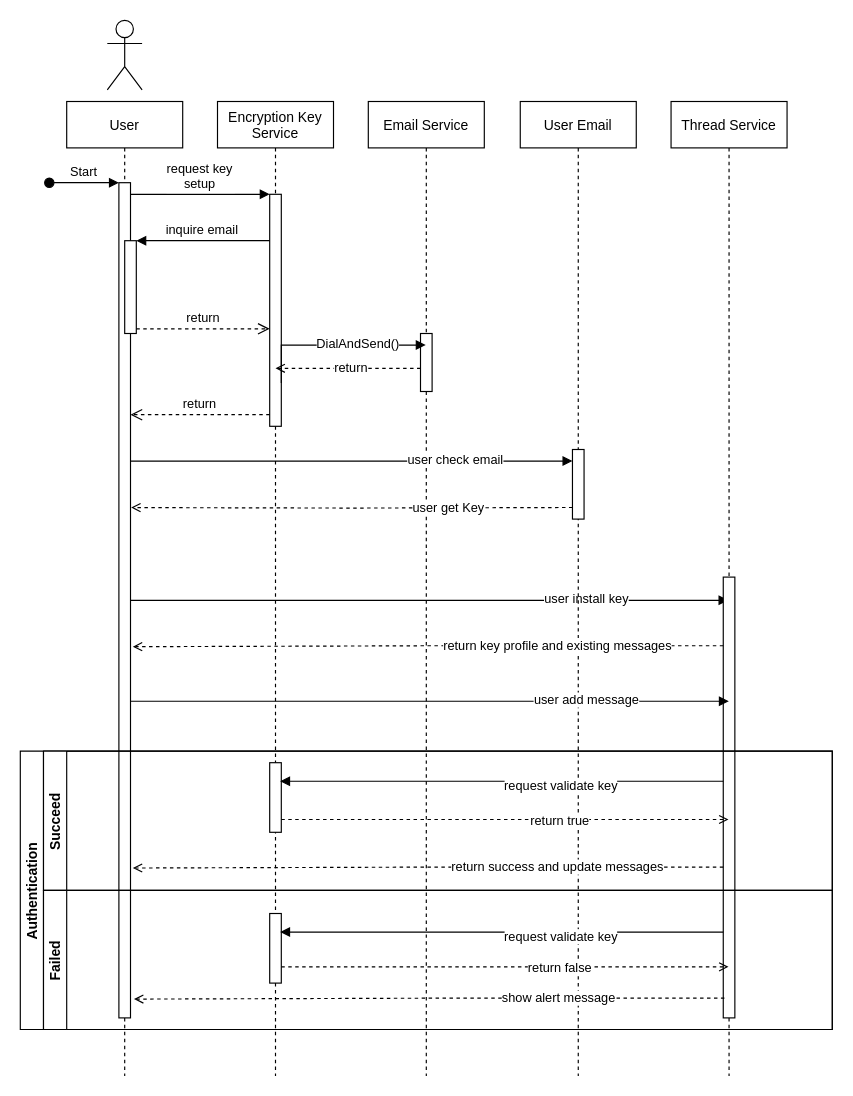
YIFENGSCOTT/gin-vue-admin keeps this draw.io diagram as Untitled Diagram.drawio. Above is the earlier version. Source tidied: cells renumbered, new cells numbered last; positions are measured from the earlier drawing's top-left corner, leaving out a move shared by most shapes. Both pictures are drawn from the tidied source at 116%, with x=0, y=0 at pixel (20, 20).
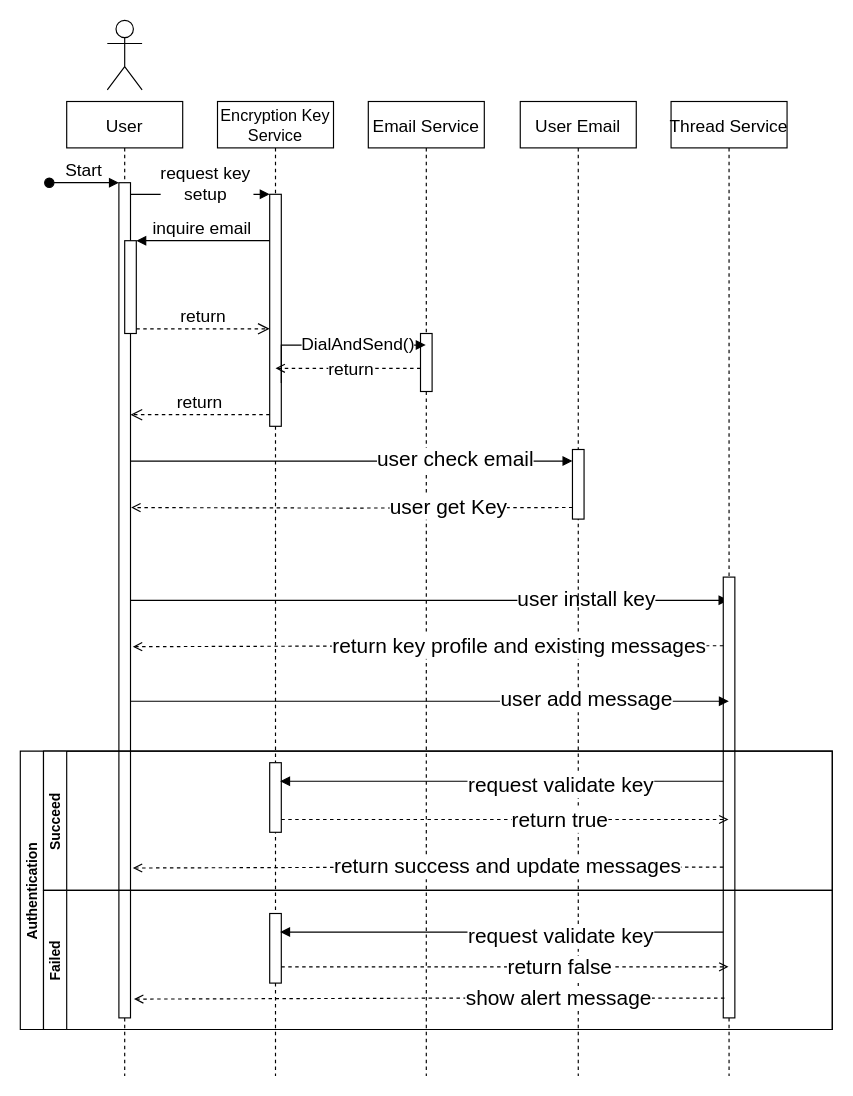
Above is the later version.

The change refers to these unchanged cells:
```xml
<mxCell id="3" style="points=[];perimeter=orthogonalPerimeter;rounded=0;shadow=0;strokeWidth=1;" parent="2" vertex="1">
  <mxGeometry x="45" y="70" width="10" height="720" as="geometry" />
</mxCell>
<mxCell id="5" style="points=[];perimeter=orthogonalPerimeter;rounded=0;shadow=0;strokeWidth=1;" parent="2" vertex="1">
  <mxGeometry x="50" y="120" width="10" height="80" as="geometry" />
</mxCell>
<mxCell id="7" style="points=[];perimeter=orthogonalPerimeter;rounded=0;shadow=0;strokeWidth=1;" parent="6" vertex="1">
  <mxGeometry x="45" y="80" width="10" height="200" as="geometry" />
</mxCell>
<mxCell id="8" style="edgeStyle=orthogonalEdgeStyle;rounded=0;jettySize=auto;html=1;endArrow=block;endFill=1;" parent="6" edge="1" target="21">
  <mxGeometry relative="1" as="geometry">
    <mxPoint x="-75" y="430" as="sourcePoint" />
    <Array as="points">
      <mxPoint x="400" y="430" />
      <mxPoint x="400" y="430" />
    </Array>
  </mxGeometry>
</mxCell>
<mxCell id="17" style="points=[];perimeter=orthogonalPerimeter;rounded=0;shadow=0;strokeWidth=1;" parent="16" vertex="1">
  <mxGeometry x="45" y="200" width="10" height="50" as="geometry" />
</mxCell>
<mxCell id="25" style="edgeStyle=orthogonalEdgeStyle;rounded=0;jettySize=auto;html=1;exitX=1;exitY=0.813;exitDx=0;exitDy=0;exitPerimeter=0;endArrow=block;endFill=1;" parent="1" edge="1" source="7" target="16">
  <mxGeometry relative="1" as="geometry">
    <Array as="points">
      <mxPoint x="310" y="280" />
      <mxPoint x="310" y="280" />
    </Array>
  </mxGeometry>
</mxCell>
<mxCell id="28" style="edgeStyle=orthogonalEdgeStyle;rounded=0;jettySize=auto;html=1;endArrow=block;endFill=1;" parent="1" edge="1" source="3" target="19">
  <mxGeometry relative="1" as="geometry">
    <Array as="points">
      <mxPoint x="270" y="380" />
      <mxPoint x="270" y="380" />
    </Array>
  </mxGeometry>
</mxCell>
<mxCell id="30" style="edgeStyle=orthogonalEdgeStyle;rounded=0;orthogonalLoop=1;jettySize=auto;html=1;endArrow=block;endFill=1;" parent="1" edge="1">
  <mxGeometry relative="1" as="geometry">
    <mxPoint x="95.2" y="587" as="sourcePoint" />
    <mxPoint x="610.8" y="587" as="targetPoint" />
    <Array as="points">
      <mxPoint x="570.2" y="587" />
      <mxPoint x="570.2" y="587" />
    </Array>
  </mxGeometry>
</mxCell>
<mxCell id="32" style="edgeStyle=orthogonalEdgeStyle;rounded=0;jettySize=auto;html=1;entryX=0.9;entryY=0.267;entryDx=0;entryDy=0;entryPerimeter=0;endArrow=block;endFill=1;" parent="1" edge="1" source="22" target="10">
  <mxGeometry relative="1" as="geometry">
    <Array as="points">
      <mxPoint x="550" y="656" />
      <mxPoint x="550" y="656" />
    </Array>
  </mxGeometry>
</mxCell>
<mxCell id="34" style="edgeStyle=orthogonalEdgeStyle;rounded=0;jettySize=auto;html=1;endArrow=open;endFill=0;dashed=1;" parent="1" edge="1" target="21">
  <mxGeometry relative="1" as="geometry">
    <mxPoint x="225" y="689" as="sourcePoint" />
    <Array as="points">
      <mxPoint x="530" y="689" />
      <mxPoint x="530" y="689" />
    </Array>
  </mxGeometry>
</mxCell>
<mxCell id="38" value="Failed" style="swimlane;startSize=20;horizontal=0;" parent="36" vertex="1">
  <mxGeometry x="20" y="120" width="680" height="120" as="geometry" />
</mxCell>
<mxCell id="40" style="edgeStyle=orthogonalEdgeStyle;rounded=0;orthogonalLoop=1;jettySize=auto;html=1;entryX=0.9;entryY=0.267;entryDx=0;entryDy=0;entryPerimeter=0;endArrow=block;endFill=1;" parent="38" edge="1">
  <mxGeometry relative="1" as="geometry">
    <mxPoint x="586" y="36" as="sourcePoint" />
    <mxPoint x="204" y="36" as="targetPoint" />
    <Array as="points">
      <mxPoint x="530" y="36" />
      <mxPoint x="530" y="36" />
    </Array>
  </mxGeometry>
</mxCell>
<mxCell id="42" style="edgeStyle=orthogonalEdgeStyle;rounded=0;orthogonalLoop=1;jettySize=auto;html=1;endArrow=open;endFill=0;dashed=1;" parent="38" edge="1">
  <mxGeometry relative="1" as="geometry">
    <mxPoint x="205" y="66" as="sourcePoint" />
    <mxPoint x="590.5" y="66" as="targetPoint" />
    <Array as="points">
      <mxPoint x="510" y="66" />
      <mxPoint x="510" y="66" />
    </Array>
  </mxGeometry>
</mxCell>
```

Change to the diagram source:
```diff
@@
-    <mxCell id="2" value="User" style="shape=umlLifeline;perimeter=lifelinePerimeter;rounded=0;shadow=0;strokeWidth=1;" parent="1" vertex="1">
+    <mxCell id="2" value="User" style="shape=umlLifeline;perimeter=lifelinePerimeter;rounded=0;shadow=0;strokeWidth=1;fontSize=15;" parent="1" vertex="1">
       <mxGeometry x="40" y="70" width="100" height="840" as="geometry" />
     </mxCell>
@@
-    <mxCell id="4" value="Start" style="verticalAlign=bottom;startArrow=oval;endArrow=block;startSize=8;shadow=0;strokeWidth=1;" parent="2" edge="1" target="3">
+    <mxCell id="4" value="Start" style="verticalAlign=bottom;startArrow=oval;endArrow=block;startSize=8;shadow=0;strokeWidth=1;fontSize=15;" parent="2" edge="1" target="3">
       <mxGeometry relative="1" as="geometry">
         <mxPoint x="-15" y="70" as="sourcePoint" />
       </mxGeometry>
     </mxCell>
@@
-    <mxCell id="6" value="Encryption Key &#10;Service" style="shape=umlLifeline;perimeter=lifelinePerimeter;rounded=0;shadow=0;strokeWidth=1;" parent="1" vertex="1">
+    <mxCell id="6" value="Encryption Key &#10;Service" style="shape=umlLifeline;perimeter=lifelinePerimeter;rounded=0;shadow=0;strokeWidth=1;fontSize=14;" parent="1" vertex="1">
       <mxGeometry x="170" y="70" width="100" height="840" as="geometry" />
     </mxCell>
@@
-    <mxCell id="9" value="user install key" style="edgeLabel;html=1;align=center;verticalAlign=middle;" parent="8" vertex="1">
+    <mxCell id="9" value="user install key" style="edgeLabel;html=1;align=center;verticalAlign=middle;fontSize=18;" parent="8" vertex="1">
       <mxGeometry x="0.68" y="2" relative="1" as="geometry">
         <mxPoint x="-41" as="offset" />
       </mxGeometry>
     </mxCell>
@@
-    <mxCell id="11" value="return" style="verticalAlign=bottom;endArrow=open;dashed=1;endSize=8;exitX=0;exitY=0.95;shadow=0;strokeWidth=1;" parent="1" edge="1" source="7" target="3">
+    <mxCell id="11" value="return" style="verticalAlign=bottom;endArrow=open;dashed=1;endSize=8;exitX=0;exitY=0.95;shadow=0;strokeWidth=1;fontSize=15;" parent="1" edge="1" source="7" target="3">
       <mxGeometry relative="1" as="geometry" />
     </mxCell>
-    <mxCell id="12" value="request key&#10;setup" style="verticalAlign=bottom;endArrow=block;entryX=0;entryY=0;shadow=0;strokeWidth=1;" parent="1" edge="1" source="3" target="7">
-      <mxGeometry relative="1" as="geometry" />
+    <mxCell id="12" value="request key&#10;setup" style="verticalAlign=bottom;endArrow=block;entryX=0;entryY=0;shadow=0;strokeWidth=1;fontSize=15;" parent="1" edge="1" source="3" target="7">
+      <mxGeometry x="0.08" y="-10" relative="1" as="geometry" />
     </mxCell>
-    <mxCell id="13" value="inquire email" style="verticalAlign=bottom;endArrow=block;entryX=1;entryY=0;shadow=0;strokeWidth=1;" parent="1" edge="1" source="7" target="5">
+    <mxCell id="13" value="inquire email" style="verticalAlign=bottom;endArrow=block;entryX=1;entryY=0;shadow=0;strokeWidth=1;fontSize=15;" parent="1" edge="1" source="7" target="5">
       <mxGeometry relative="1" as="geometry" />
     </mxCell>
-    <mxCell id="14" value="return" style="verticalAlign=bottom;endArrow=open;dashed=1;endSize=8;exitX=1;exitY=0.95;shadow=0;strokeWidth=1;" parent="1" edge="1" source="5" target="7">
+    <mxCell id="14" value="return" style="verticalAlign=bottom;endArrow=open;dashed=1;endSize=8;exitX=1;exitY=0.95;shadow=0;strokeWidth=1;fontSize=15;" parent="1" edge="1" source="5" target="7">
       <mxGeometry relative="1" as="geometry" />
     </mxCell>
@@
-    <mxCell id="16" value="Email Service" style="shape=umlLifeline;perimeter=lifelinePerimeter;rounded=0;shadow=0;strokeWidth=1;" parent="1" vertex="1">
+    <mxCell id="16" value="Email Service" style="shape=umlLifeline;perimeter=lifelinePerimeter;rounded=0;shadow=0;strokeWidth=1;fontSize=15;" parent="1" vertex="1">
       <mxGeometry x="300" y="70" width="100" height="840" as="geometry" />
     </mxCell>
@@
-    <mxCell id="18" value="User Email" style="shape=umlLifeline;perimeter=lifelinePerimeter;rounded=0;shadow=0;strokeWidth=1;" parent="1" vertex="1">
+    <mxCell id="18" value="User Email" style="shape=umlLifeline;perimeter=lifelinePerimeter;rounded=0;shadow=0;strokeWidth=1;fontSize=15;" parent="1" vertex="1">
       <mxGeometry x="431" y="70" width="100" height="840" as="geometry" />
     </mxCell>
@@
-    <mxCell id="20" value="user get Key" style="edgeStyle=orthogonalEdgeStyle;rounded=0;jettySize=auto;html=1;dashed=1;endArrow=open;endFill=0;entryX=1.058;entryY=0.389;entryDx=0;entryDy=0;entryPerimeter=0;" parent="18" edge="1" target="3">
+    <mxCell id="20" value="&lt;font style=&quot;font-size: 18px;&quot;&gt;user get Key&lt;/font&gt;" style="edgeStyle=orthogonalEdgeStyle;rounded=0;jettySize=auto;html=1;dashed=1;endArrow=open;endFill=0;entryX=1.058;entryY=0.389;entryDx=0;entryDy=0;entryPerimeter=0;" parent="18" edge="1" target="3">
       <mxGeometry x="-0.44" relative="1" as="geometry">
         <mxPoint x="45" y="350" as="sourcePoint" />
       </mxGeometry>
     </mxCell>
-    <mxCell id="21" value="Thread Service" style="shape=umlLifeline;perimeter=lifelinePerimeter;rounded=0;shadow=0;strokeWidth=1;" parent="1" vertex="1">
+    <mxCell id="21" value="Thread Service" style="shape=umlLifeline;perimeter=lifelinePerimeter;rounded=0;shadow=0;strokeWidth=1;fontSize=15;" parent="1" vertex="1">
       <mxGeometry x="561" y="70" width="100" height="840" as="geometry" />
     </mxCell>
@@
-    <mxCell id="23" value="return key profile and existing messages" style="edgeStyle=orthogonalEdgeStyle;rounded=0;orthogonalLoop=1;jettySize=auto;html=1;dashed=1;endArrow=open;endFill=0;" parent="21" edge="1">
-      <mxGeometry x="-0.44" relative="1" as="geometry">
+    <mxCell id="23" value="&lt;font style=&quot;font-size: 18px;&quot;&gt;return key profile and existing messages&lt;/font&gt;" style="edgeStyle=orthogonalEdgeStyle;rounded=0;orthogonalLoop=1;jettySize=auto;html=1;dashed=1;endArrow=open;endFill=0;" parent="21" edge="1">
+      <mxGeometry x="-0.31" y="1" relative="1" as="geometry">
         <mxPoint x="45" y="469.2" as="sourcePoint" />
         <mxPoint x="-464" y="470" as="targetPoint" />
         <Array as="points">
           <mxPoint x="-210" y="469" />
           <mxPoint x="-464" y="470" />
         </Array>
       </mxGeometry>
     </mxCell>
-    <mxCell id="24" value="return success and update messages" style="edgeStyle=orthogonalEdgeStyle;rounded=0;orthogonalLoop=1;jettySize=auto;html=1;dashed=1;endArrow=open;endFill=0;" parent="21" edge="1">
-      <mxGeometry x="-0.44" relative="1" as="geometry">
+    <mxCell id="24" value="&lt;font style=&quot;font-size: 18px;&quot;&gt;return success and update messages&lt;/font&gt;" style="edgeStyle=orthogonalEdgeStyle;rounded=0;orthogonalLoop=1;jettySize=auto;html=1;dashed=1;endArrow=open;endFill=0;" parent="21" edge="1">
+      <mxGeometry x="-0.27" relative="1" as="geometry">
         <mxPoint x="45" y="660" as="sourcePoint" />
         <mxPoint x="-464" y="660.8" as="targetPoint" />
         <Array as="points">
           <mxPoint x="-210" y="659.8" />
           <mxPoint x="-464" y="660.8" />
         </Array>
       </mxGeometry>
     </mxCell>
@@
-    <mxCell id="26" value="DialAndSend()" style="edgeLabel;html=1;align=center;verticalAlign=middle;" parent="25" vertex="1">
+    <mxCell id="26" value="&lt;font style=&quot;font-size: 15px;&quot;&gt;DialAndSend()&lt;/font&gt;" style="edgeLabel;html=1;align=center;verticalAlign=middle;fontSize=15;" parent="25" vertex="1">
       <mxGeometry x="0.45" y="2" relative="1" as="geometry">
         <mxPoint x="-16" as="offset" />
       </mxGeometry>
     </mxCell>
-    <mxCell id="27" value="return" style="edgeStyle=orthogonalEdgeStyle;rounded=0;jettySize=auto;html=1;dashed=1;endArrow=open;endFill=0;" parent="1" edge="1" source="17">
+    <mxCell id="27" value="&lt;font style=&quot;font-size: 15px;&quot;&gt;return&lt;/font&gt;" style="edgeStyle=orthogonalEdgeStyle;rounded=0;jettySize=auto;html=1;dashed=1;endArrow=open;endFill=0;fontSize=15;" parent="1" edge="1" source="17">
       <mxGeometry x="-0.04" relative="1" as="geometry">
         <mxPoint x="220" y="300" as="targetPoint" />
         <Array as="points">
           <mxPoint x="250" y="300" />
           <mxPoint x="250" y="300" />
         </Array>
       </mxGeometry>
     </mxCell>
@@
-    <mxCell id="29" value="user check email" style="edgeLabel;html=1;align=center;verticalAlign=middle;" parent="28" vertex="1">
+    <mxCell id="29" value="user check email" style="edgeLabel;html=1;align=center;verticalAlign=middle;fontSize=18;" parent="28" vertex="1">
       <mxGeometry x="0.68" y="2" relative="1" as="geometry">
         <mxPoint x="-41" as="offset" />
       </mxGeometry>
     </mxCell>
@@
-    <mxCell id="31" value="user add message" style="edgeLabel;html=1;align=center;verticalAlign=middle;" parent="30" vertex="1">
+    <mxCell id="31" value="user add message" style="edgeLabel;html=1;align=center;verticalAlign=middle;fontSize=18;" parent="30" vertex="1">
       <mxGeometry x="0.68" y="2" relative="1" as="geometry">
         <mxPoint x="-41" as="offset" />
       </mxGeometry>
     </mxCell>
@@
-    <mxCell id="33" value="request validate key" style="edgeLabel;html=1;align=center;verticalAlign=middle;" parent="32" vertex="1">
+    <mxCell id="33" value="request validate key" style="edgeLabel;html=1;align=center;verticalAlign=middle;fontSize=18;" parent="32" vertex="1">
       <mxGeometry x="-0.26" y="3" relative="1" as="geometry" />
     </mxCell>
@@
-    <mxCell id="35" value="return true" style="edgeLabel;html=1;align=center;verticalAlign=middle;" parent="34" vertex="1">
+    <mxCell id="35" value="return true" style="edgeLabel;html=1;align=center;verticalAlign=middle;fontSize=18;" parent="34" vertex="1">
       <mxGeometry x="0.24" relative="1" as="geometry" />
     </mxCell>
@@
-    <mxCell id="41" value="request validate key" style="edgeLabel;html=1;align=center;verticalAlign=middle;" parent="40" vertex="1">
+    <mxCell id="41" value="request validate key" style="edgeLabel;html=1;align=center;verticalAlign=middle;fontSize=18;" parent="40" vertex="1">
       <mxGeometry x="-0.26" y="3" relative="1" as="geometry" />
     </mxCell>
@@
-    <mxCell id="43" value="return false" style="edgeLabel;html=1;align=center;verticalAlign=middle;" parent="42" vertex="1">
+    <mxCell id="43" value="return false" style="edgeLabel;html=1;align=center;verticalAlign=middle;fontSize=18;" parent="42" vertex="1">
       <mxGeometry x="0.24" relative="1" as="geometry" />
     </mxCell>
-    <mxCell id="44" value="show alert message" style="edgeStyle=orthogonalEdgeStyle;rounded=0;orthogonalLoop=1;jettySize=auto;html=1;dashed=1;endArrow=open;endFill=0;" parent="38" edge="1">
+    <mxCell id="44" value="&lt;font style=&quot;font-size: 18px;&quot;&gt;show alert message&lt;/font&gt;" style="edgeStyle=orthogonalEdgeStyle;rounded=0;orthogonalLoop=1;jettySize=auto;html=1;dashed=1;endArrow=open;endFill=0;" parent="38" edge="1">
       <mxGeometry x="-0.44" relative="1" as="geometry">
         <mxPoint x="587" y="93" as="sourcePoint" />
         <mxPoint x="78" y="93.8" as="targetPoint" />
         <Array as="points">
           <mxPoint x="332" y="92.8" />
           <mxPoint x="78" y="93.8" />
         </Array>
       </mxGeometry>
     </mxCell>
```
